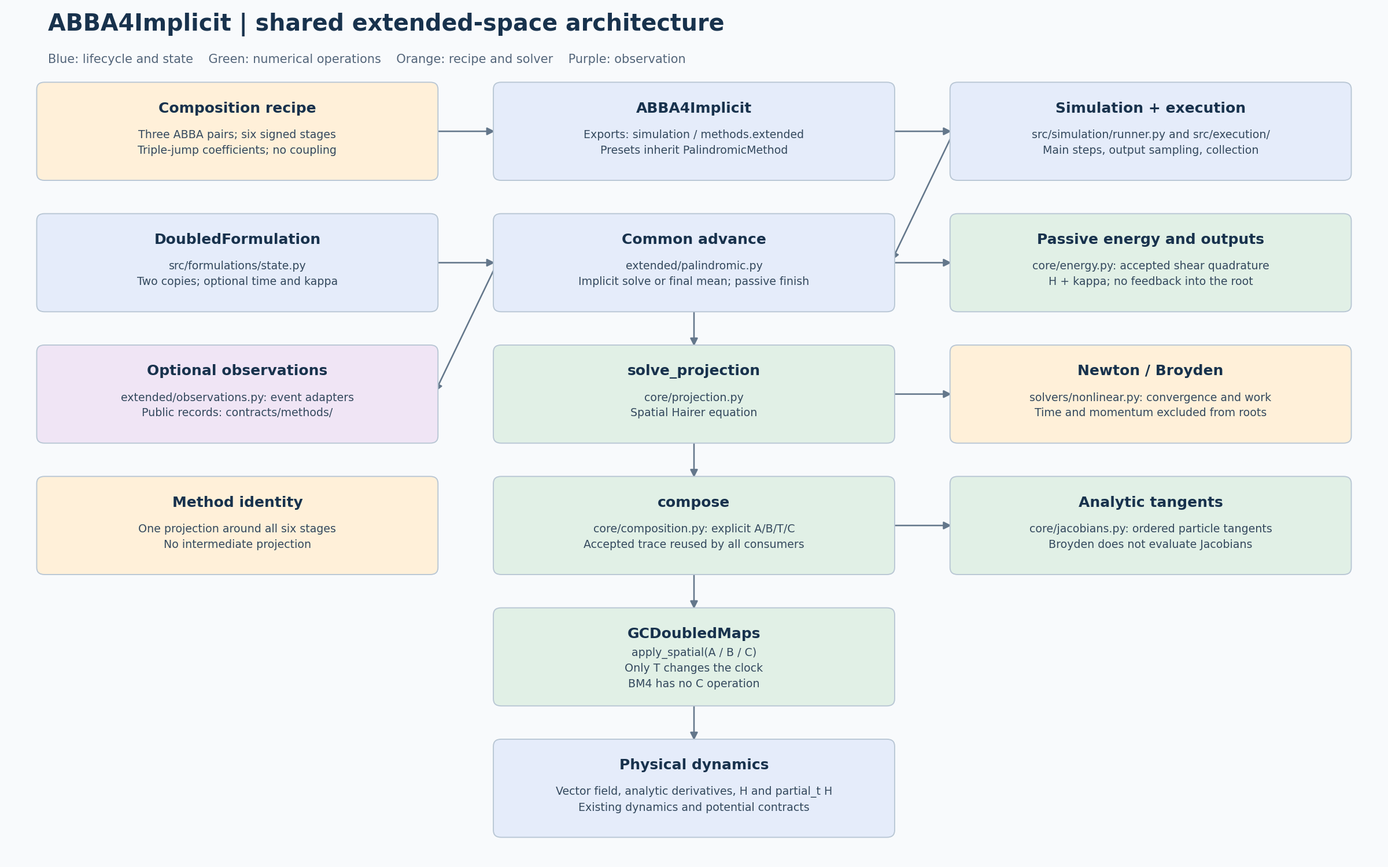
This is docs/models/abba4-implicit/simulation/abba4-implicit-simulation-architecture.png from Jugibe-52/GC2D_intranet, a PlantUML export, as it was before one commit. Its source is kept beside it as docs/models/abba4-implicit/simulation/abba4-implicit-simulation-architecture.puml.
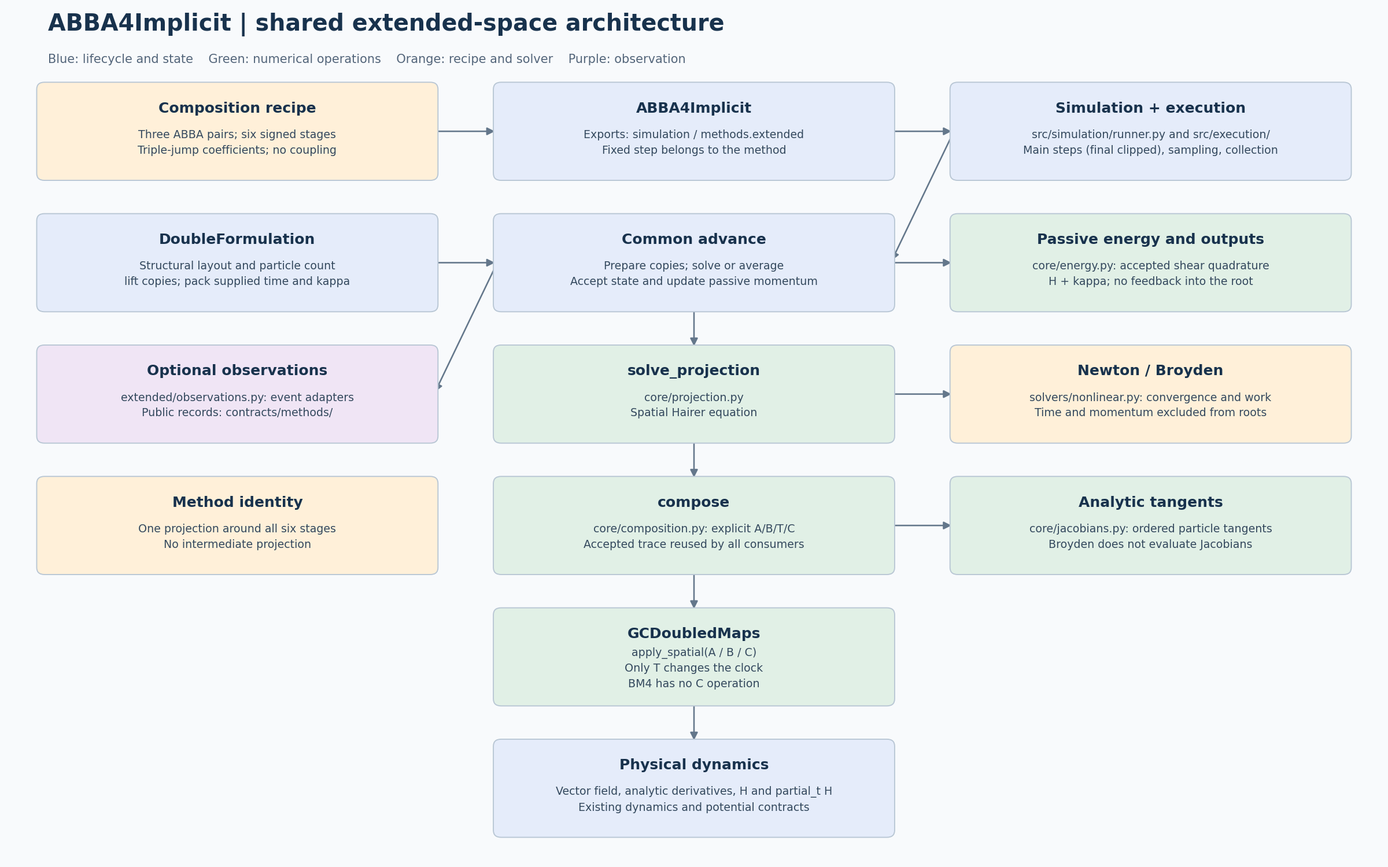
Later version of the same file.

What changed in the source:
```diff
@@ -3,10 +3,10 @@
   graph [rankdir=TB, bgcolor="#f8fafc"];
   node [shape=box, style="rounded,filled", fontname="DejaVu Sans"];
   recipe [label="Composition recipe\nThree ABBA pairs; six signed stages\nTriple-jump coefficients; no coupling", fillcolor="#fff0d9"];
-  method [label="ABBA4Implicit\nExports: simulation / methods.extended\nPresets inherit PalindromicMethod", fillcolor="#e5ecfa"];
-  driver [label="Simulation + execution\nsrc/simulation/runner.py and src/execution/\nMain steps, output sampling, collection", fillcolor="#e5ecfa"];
-  state [label="DoubledFormulation\nsrc/formulations/state.py\nTwo copies; optional time and kappa", fillcolor="#e5ecfa"];
-  advance [label="Common advance\nextended/palindromic.py\nImplicit solve or final mean; passive finish", fillcolor="#e5ecfa"];
+  method [label="ABBA4Implicit\nExports: simulation / methods.extended\nFixed step belongs to the method", fillcolor="#e5ecfa"];
+  driver [label="Simulation + execution\nsrc/simulation/runner.py and src/execution/\nMain steps (final clipped), sampling, collection", fillcolor="#e5ecfa"];
+  state [label="DoubleFormulation\nStructural layout and particle count\nlift copies; pack supplied time and kappa", fillcolor="#e5ecfa"];
+  advance [label="Common advance\nPrepare copies; solve or average\nAccept state and update passive momentum", fillcolor="#e5ecfa"];
   energy [label="Passive energy and outputs\ncore/energy.py: accepted shear quadrature\nH + kappa; no feedback into the root", fillcolor="#e1f0e6"];
   observe [label="Optional observations\nextended/observations.py: event adapters\nPublic records: contracts/methods/", fillcolor="#f0e5f5"];
   projection [label="solve_projection\ncore/projection.py\nSpatial Hairer equation", fillcolor="#e1f0e6"];
```
